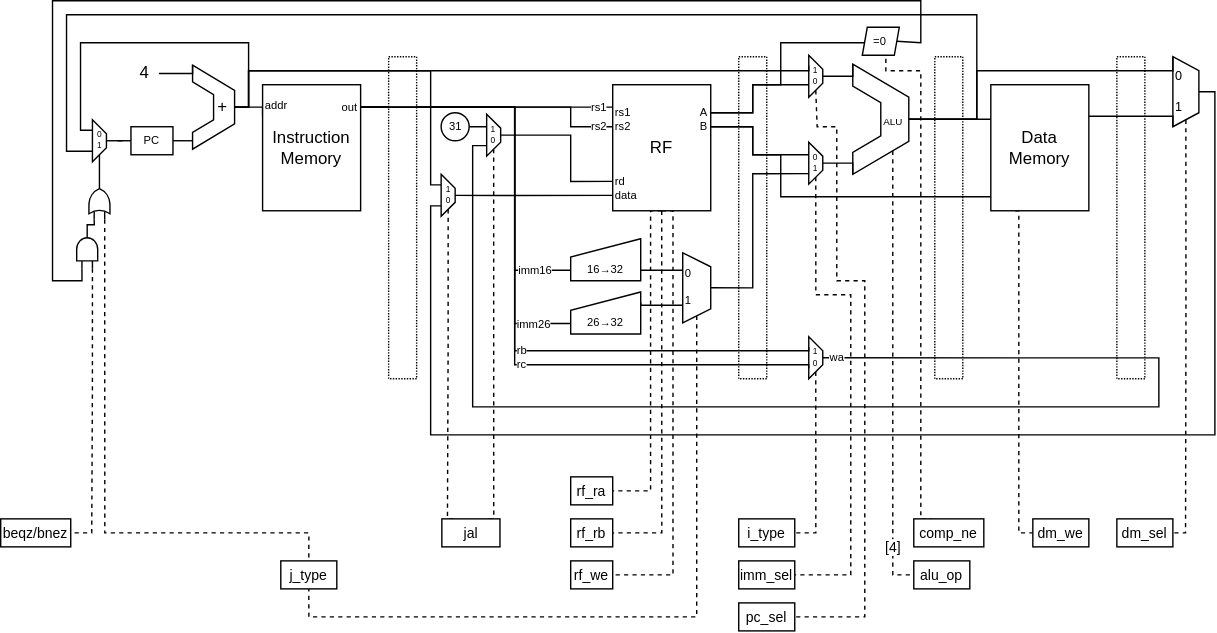
The draw.io diagram doc/datapath.svg in simoneruffini/MELA, before a commit. Source tidied: cells renumbered, new cells last; positions are measured from the earlier drawing's top-left corner, leaving out a move shared by most shapes.
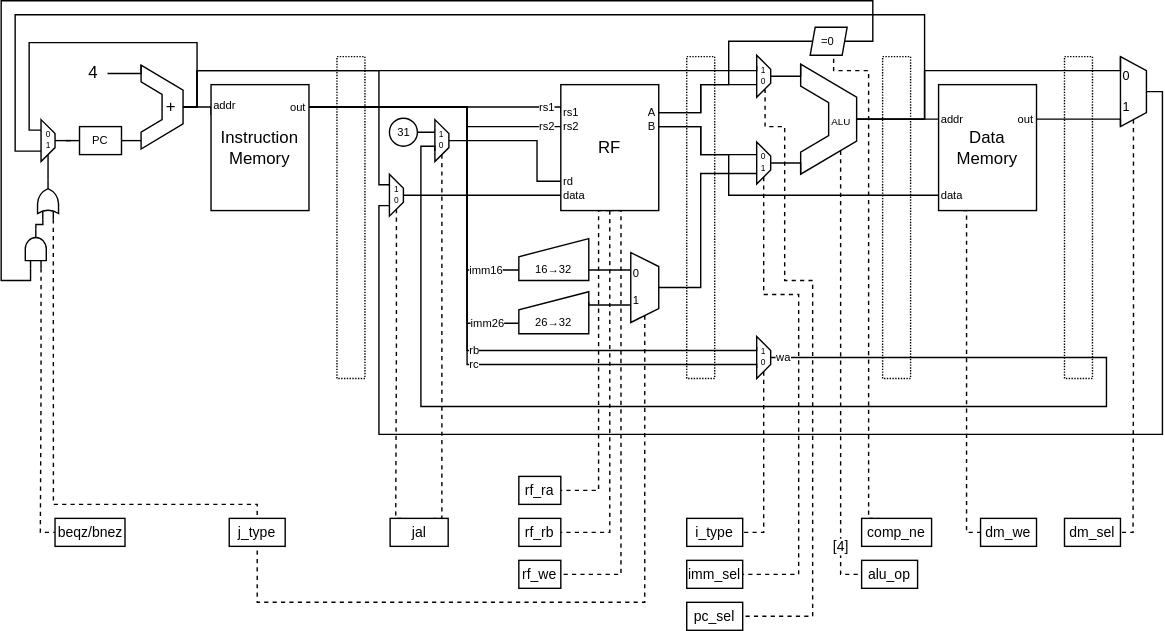
The same file after the commit.

Commit message:
doc: add labels to datapath units

The edit, as a diff of the source:
```diff
@@ -12,8 +12,8 @@
     <mxCell id="3" style="edgeStyle=orthogonalEdgeStyle;rounded=0;jettySize=auto;html=1;exitX=0;exitY=0.75;exitDx=0;exitDy=0;exitPerimeter=0;fontSize=9;startArrow=none;startFill=0;endArrow=none;endFill=0;dashed=1;entryX=0.5;entryY=0;entryDx=0;entryDy=0;" parent="1" edge="1" source="39" target="16">
       <mxGeometry relative="1" as="geometry">
         <Array as="points">
-          <mxPoint x="74" y="380" />
-          <mxPoint x="220" y="380" />
+          <mxPoint x="74" y="360" />
+          <mxPoint x="220" y="360" />
         </Array>
       </mxGeometry>
     </mxCell>
@@ -36,8 +36,8 @@
     <mxCell id="6" style="edgeStyle=orthogonalEdgeStyle;rounded=0;jettySize=auto;html=1;exitX=1;exitY=0.5;exitDx=0;exitDy=0;dashed=1;fontSize=9;startArrow=none;startFill=0;endArrow=none;endFill=0;entryX=0.5;entryY=1;entryDx=0;entryDy=0;" parent="1" edge="1" source="70" target="16">
       <mxGeometry relative="1" as="geometry">
         <Array as="points">
-          <mxPoint x="497" y="440" />
-          <mxPoint x="220" y="440" />
+          <mxPoint x="497" y="430" />
+          <mxPoint x="220" y="430" />
         </Array>
       </mxGeometry>
     </mxCell>
@@ -115,14 +115,15 @@
       </mxGeometry>
     </mxCell>
     <mxCell id="16" value="j_type" style="rounded=0;whiteSpace=wrap;html=1;shadow=0;sketch=0;fillStyle=solid;fontSize=10;strokeColor=default;fillColor=default;gradientColor=none;" parent="1" vertex="1">
-      <mxGeometry x="200" y="400" width="40" height="20" as="geometry" />
+      <mxGeometry x="200" y="370" width="40" height="20" as="geometry" />
     </mxCell>
     <mxCell id="17" value="beqz/bnez" style="rounded=0;whiteSpace=wrap;html=1;shadow=0;sketch=0;fillStyle=solid;fontSize=10;strokeColor=default;fillColor=default;gradientColor=none;" parent="1" vertex="1">
-      <mxGeometry y="370" width="50" height="20" as="geometry" />
+      <mxGeometry x="75.5" y="370" width="50" height="20" as="geometry" />
     </mxCell>
-    <mxCell id="18" style="edgeStyle=orthogonalEdgeStyle;rounded=0;jettySize=auto;html=1;exitX=0;exitY=0.75;exitDx=0;exitDy=0;exitPerimeter=0;entryX=1;entryY=0.5;entryDx=0;entryDy=0;dashed=1;labelBackgroundColor=default;fontSize=10;startArrow=none;startFill=0;endArrow=none;endFill=0;" parent="1" edge="1" source="41" target="17">
+    <mxCell id="18" style="edgeStyle=orthogonalEdgeStyle;rounded=0;jettySize=auto;html=1;exitX=0;exitY=0.75;exitDx=0;exitDy=0;exitPerimeter=0;entryX=0;entryY=0.5;entryDx=0;entryDy=0;dashed=1;labelBackgroundColor=default;fontSize=10;startArrow=none;startFill=0;endArrow=none;endFill=0;" parent="1" edge="1" source="41" target="17">
       <mxGeometry relative="1" as="geometry">
         <Array as="points">
+          <mxPoint x="65" y="278" />
           <mxPoint x="65" y="278" />
           <mxPoint x="65" y="380" />
         </Array>
@@ -232,22 +233,22 @@
     <mxCell id="46" value="rs2" style="edgeStyle=orthogonalEdgeStyle;rounded=0;jettySize=auto;html=1;fontSize=8;endArrow=none;endFill=0;entryX=0;entryY=0.5;entryDx=0;entryDy=0;exitX=1;exitY=0.5;exitDx=0;exitDy=0;" parent="30" edge="1" source="51" target="58">
       <mxGeometry x="0.9" relative="1" as="geometry">
         <Array as="points">
-          <mxPoint x="407" y="76" />
-          <mxPoint x="407" y="90" />
+          <mxPoint x="370" y="76" />
+          <mxPoint x="370" y="90" />
         </Array>
       </mxGeometry>
     </mxCell>
     <mxCell id="47" style="edgeStyle=orthogonalEdgeStyle;rounded=0;jettySize=auto;html=1;exitX=1;exitY=0.5;exitDx=0;exitDy=0;entryX=0;entryY=0.75;entryDx=0;entryDy=0;fontSize=6;endArrow=none;endFill=0;" parent="30" edge="1" source="51" target="65">
       <mxGeometry relative="1" as="geometry">
         <Array as="points">
-          <mxPoint x="367" y="76" />
-          <mxPoint x="367" y="193" />
+          <mxPoint x="370" y="76" />
+          <mxPoint x="370" y="192" />
         </Array>
       </mxGeometry>
     </mxCell>
     <mxCell id="48" value="imm16" style="edgeLabel;html=1;align=left;verticalAlign=middle;fontSize=8;" parent="47" vertex="1">
       <mxGeometry x="0.76" relative="1" as="geometry">
-        <mxPoint x="-7" as="offset" />
+        <mxPoint x="-5" as="offset" />
       </mxGeometry>
     </mxCell>
     <mxCell id="49" style="rounded=0;whiteSpace=wrap;html=1;dashed=1;dashPattern=1 1;" parent="30" vertex="1">
@@ -259,38 +260,23 @@
     <mxCell id="51" value="out" style="text;html=1;strokeColor=none;fillColor=none;align=right;verticalAlign=middle;whiteSpace=wrap;rounded=0;fontSize=8;" parent="30" vertex="1">
       <mxGeometry x="237" y="71" width="20" height="10" as="geometry" />
     </mxCell>
-    <mxCell id="52" value="RF" style="rounded=0;whiteSpace=wrap;html=1;" parent="30" vertex="1">
-      <mxGeometry x="437" y="60" width="70" height="90" as="geometry" />
-    </mxCell>
     <mxCell id="53" style="edgeStyle=orthogonalEdgeStyle;rounded=0;jettySize=auto;html=1;exitX=1;exitY=0.5;exitDx=0;exitDy=0;entryX=0.25;entryY=1;entryDx=0;entryDy=0;fontSize=6;endArrow=none;endFill=0;" parent="30" edge="1" source="54" target="56">
       <mxGeometry relative="1" as="geometry" />
     </mxCell>
     <mxCell id="54" value="31" style="ellipse;whiteSpace=wrap;html=1;fontSize=8;" parent="30" vertex="1">
-      <mxGeometry x="314.5" y="80" width="20" height="20" as="geometry" />
+      <mxGeometry x="314.5" y="84" width="20" height="20" as="geometry" />
     </mxCell>
     <mxCell id="55" style="edgeStyle=orthogonalEdgeStyle;rounded=0;jettySize=auto;html=1;exitX=0.5;exitY=0;exitDx=0;exitDy=0;entryX=0;entryY=0.5;entryDx=0;entryDy=0;fontSize=6;endArrow=none;endFill=0;" parent="30" edge="1" source="56" target="59">
       <mxGeometry relative="1" as="geometry">
         <Array as="points">
-          <mxPoint x="407" y="96" />
-          <mxPoint x="407" y="129" />
+          <mxPoint x="420" y="100" />
+          <mxPoint x="420" y="129" />
         </Array>
       </mxGeometry>
     </mxCell>
     <mxCell id="56" value="1&lt;br&gt;0" style="shape=trapezoid;perimeter=trapezoidPerimeter;whiteSpace=wrap;html=1;fixedSize=1;fontSize=6;rotation=0;size=10;textRotation=90;direction=south;" parent="30" vertex="1">
-      <mxGeometry x="347" y="81" width="10" height="30" as="geometry" />
+      <mxGeometry x="347" y="85" width="10" height="30" as="geometry" />
     </mxCell>
-    <mxCell id="57" value="rs1" style="text;html=1;strokeColor=none;fillColor=none;align=left;verticalAlign=middle;whiteSpace=wrap;rounded=0;fontSize=8;" parent="30" vertex="1">
-      <mxGeometry x="437" y="75" width="20" height="10" as="geometry" />
-    </mxCell>
-    <mxCell id="58" value="rs2" style="text;html=1;strokeColor=none;fillColor=none;align=left;verticalAlign=middle;whiteSpace=wrap;rounded=0;fontSize=8;" parent="30" vertex="1">
-      <mxGeometry x="437" y="85" width="20" height="10" as="geometry" />
-    </mxCell>
-    <mxCell id="59" value="rd" style="text;html=1;strokeColor=none;fillColor=none;align=left;verticalAlign=middle;whiteSpace=wrap;rounded=0;fontSize=8;" parent="30" vertex="1">
-      <mxGeometry x="437" y="124" width="30" height="10" as="geometry" />
-    </mxCell>
-    <mxCell id="60" value="data" style="text;html=1;strokeColor=none;fillColor=none;align=left;verticalAlign=middle;whiteSpace=wrap;rounded=0;fontSize=8;" parent="30" vertex="1">
-      <mxGeometry x="437" y="134" width="30" height="10" as="geometry" />
-    </mxCell>
     <mxCell id="61" style="edgeStyle=orthogonalEdgeStyle;rounded=0;jettySize=auto;html=1;exitX=0.5;exitY=0;exitDx=0;exitDy=0;entryX=0;entryY=0.5;entryDx=0;entryDy=0;fontSize=6;endArrow=none;endFill=0;" parent="30" edge="1" source="63" target="60">
       <mxGeometry relative="1" as="geometry">
         <Array as="points">
@@ -324,15 +310,13 @@
     <mxCell id="67" style="edgeStyle=orthogonalEdgeStyle;rounded=0;jettySize=auto;html=1;exitX=1;exitY=0.5;exitDx=0;exitDy=0;entryX=0;entryY=0.75;entryDx=0;entryDy=0;fontSize=6;endArrow=none;endFill=0;" parent="30" edge="1" source="51" target="66">
       <mxGeometry relative="1" as="geometry">
         <Array as="points">
-          <mxPoint x="367" y="76" />
-          <mxPoint x="367" y="230" />
+          <mxPoint x="370" y="76" />
+          <mxPoint x="370" y="230" />
         </Array>
       </mxGeometry>
     </mxCell>
     <mxCell id="68" value="imm26" style="edgeLabel;html=1;align=left;verticalAlign=middle;fontSize=8;" parent="67" vertex="1">
-      <mxGeometry x="0.76" relative="1" as="geometry">
-        <mxPoint x="-3" as="offset" />
-      </mxGeometry>
+      <mxGeometry x="0.76" relative="1" as="geometry" />
     </mxCell>
     <mxCell id="69" style="edgeStyle=orthogonalEdgeStyle;rounded=0;jettySize=auto;html=1;exitX=0.75;exitY=1;exitDx=0;exitDy=0;entryX=1;entryY=0.25;entryDx=0;entryDy=0;fontSize=6;endArrow=none;endFill=0;" parent="30" edge="1" source="70" target="66">
       <mxGeometry relative="1" as="geometry" />
@@ -358,14 +342,10 @@
           <mxPoint x="537" y="80" />
           <mxPoint x="537" y="60" />
           <mxPoint x="557" y="60" />
-          <mxPoint x="557" y="30" />
-          <mxPoint x="617" y="30" />
+          <mxPoint x="557" y="29" />
         </Array>
       </mxGeometry>
     </mxCell>
-    <mxCell id="74" value="A" style="text;html=1;strokeColor=none;fillColor=none;align=right;verticalAlign=middle;whiteSpace=wrap;rounded=0;fontSize=8;" parent="30" vertex="1">
-      <mxGeometry x="487" y="75" width="20" height="10" as="geometry" />
-    </mxCell>
     <mxCell id="75" style="edgeStyle=orthogonalEdgeStyle;rounded=0;jettySize=auto;html=1;exitX=1;exitY=0.5;exitDx=0;exitDy=0;entryX=0.25;entryY=1;entryDx=0;entryDy=0;fontSize=8;endArrow=none;endFill=0;" parent="30" edge="1" source="76" target="86">
       <mxGeometry relative="1" as="geometry">
         <Array as="points">
@@ -375,34 +355,31 @@
         </Array>
       </mxGeometry>
     </mxCell>
-    <mxCell id="76" value="B" style="text;html=1;strokeColor=none;fillColor=none;align=right;verticalAlign=middle;whiteSpace=wrap;rounded=0;fontSize=8;" parent="30" vertex="1">
-      <mxGeometry x="487" y="85" width="20" height="10" as="geometry" />
-    </mxCell>
     <mxCell id="77" value="1&lt;br&gt;0" style="shape=trapezoid;perimeter=trapezoidPerimeter;whiteSpace=wrap;html=1;fixedSize=1;fontSize=6;rotation=0;size=10;textRotation=90;direction=south;" parent="30" vertex="1">
       <mxGeometry x="577" y="240" width="10" height="30" as="geometry" />
     </mxCell>
     <mxCell id="78" value="rb" style="edgeStyle=orthogonalEdgeStyle;rounded=0;jettySize=auto;html=1;exitX=1;exitY=0.5;exitDx=0;exitDy=0;fontSize=8;endArrow=none;endFill=0;entryX=0.25;entryY=1;entryDx=0;entryDy=0;align=left;" parent="30" edge="1" source="51" target="77">
-      <mxGeometry x="0.14" relative="1" as="geometry">
+      <mxGeometry x="0.16" relative="1" as="geometry">
         <Array as="points">
-          <mxPoint x="367" y="76" />
-          <mxPoint x="367" y="250" />
+          <mxPoint x="370" y="76" />
+          <mxPoint x="370" y="250" />
           <mxPoint x="577" y="250" />
         </Array>
       </mxGeometry>
     </mxCell>
     <mxCell id="79" value="rc" style="edgeStyle=orthogonalEdgeStyle;rounded=0;jettySize=auto;html=1;exitX=1;exitY=0.5;exitDx=0;exitDy=0;entryX=0.75;entryY=1;entryDx=0;entryDy=0;fontSize=8;endArrow=none;endFill=0;align=left;" parent="30" edge="1" source="51" target="77">
-      <mxGeometry x="0.16" relative="1" as="geometry">
+      <mxGeometry x="0.17" relative="1" as="geometry">
         <Array as="points">
-          <mxPoint x="367" y="76" />
-          <mxPoint x="367" y="260" />
+          <mxPoint x="370" y="76" />
+          <mxPoint x="370" y="260" />
           <mxPoint x="577" y="260" />
         </Array>
       </mxGeometry>
     </mxCell>
-    <mxCell id="80" style="edgeStyle=orthogonalEdgeStyle;rounded=0;jettySize=auto;html=1;exitX=1;exitY=0.5;exitDx=0;exitDy=0;entryX=0;entryY=0.25;entryDx=0;entryDy=0;fontSize=8;endArrow=none;endFill=0;" parent="30" edge="1" source="82" target="91">
+    <mxCell id="80" style="edgeStyle=orthogonalEdgeStyle;rounded=0;jettySize=auto;html=1;exitX=1;exitY=0.5;exitDx=0;exitDy=0;entryX=0;entryY=0.5;entryDx=0;entryDy=0;fontSize=8;endArrow=none;endFill=0;" parent="30" edge="1" source="82" target="102">
       <mxGeometry relative="1" as="geometry">
         <Array as="points">
-          <mxPoint x="747" y="85" />
+          <mxPoint x="707" y="85" />
         </Array>
       </mxGeometry>
     </mxCell>
@@ -439,12 +416,11 @@
         </Array>
       </mxGeometry>
     </mxCell>
-    <mxCell id="88" style="edgeStyle=orthogonalEdgeStyle;rounded=0;jettySize=auto;html=1;exitX=1;exitY=0.5;exitDx=0;exitDy=0;fontSize=8;startArrow=none;startFill=0;endArrow=none;endFill=0;entryX=0;entryY=0.25;entryDx=0;entryDy=0;entryPerimeter=0;" parent="30" edge="1" source="89" target="41">
+    <mxCell id="88" style="edgeStyle=orthogonalEdgeStyle;rounded=0;jettySize=auto;html=1;fontSize=8;startArrow=none;startFill=0;endArrow=none;endFill=0;entryX=0;entryY=0.25;entryDx=0;entryDy=0;entryPerimeter=0;exitX=1;exitY=0.5;exitDx=0;exitDy=0;" parent="30" edge="1" source="89" target="41">
       <mxGeometry relative="1" as="geometry">
         <Array as="points">
-          <mxPoint x="640" y="30" />
-          <mxPoint x="657" y="30" />
-          <mxPoint x="657" />
+          <mxPoint x="660" y="29" />
+          <mxPoint x="660" />
           <mxPoint x="37" />
           <mxPoint x="37" y="200" />
           <mxPoint x="58" y="200" />
@@ -454,20 +430,16 @@
     <mxCell id="89" value="=0" style="shape=parallelogram;perimeter=parallelogramPerimeter;whiteSpace=wrap;html=1;fixedSize=1;rounded=0;shadow=0;sketch=0;fontSize=8;size=3.5700000000001637;" parent="30" vertex="1">
       <mxGeometry x="615.2" y="19" width="26.4" height="20" as="geometry" />
     </mxCell>
-    <mxCell id="90" style="edgeStyle=orthogonalEdgeStyle;rounded=0;jettySize=auto;html=1;fontSize=8;endArrow=none;endFill=0;exitX=0;exitY=0.75;exitDx=0;exitDy=0;startArrow=none;startFill=0;entryX=1;entryY=0.5;entryDx=0;entryDy=0;" parent="30" edge="1" source="91" target="76">
+    <mxCell id="90" style="edgeStyle=orthogonalEdgeStyle;rounded=0;jettySize=auto;html=1;fontSize=8;endArrow=none;endFill=0;exitX=0;exitY=0.5;exitDx=0;exitDy=0;startArrow=none;startFill=0;entryX=1;entryY=0.5;entryDx=0;entryDy=0;" parent="30" edge="1" source="103" target="76">
       <mxGeometry relative="1" as="geometry">
         <Array as="points">
-          <mxPoint x="747" y="140" />
-          <mxPoint x="557" y="140" />
+          <mxPoint x="557" y="139" />
           <mxPoint x="557" y="110" />
           <mxPoint x="537" y="110" />
           <mxPoint x="537" y="90" />
         </Array>
       </mxGeometry>
     </mxCell>
-    <mxCell id="91" value="Data&lt;br&gt;Memory" style="rounded=0;whiteSpace=wrap;html=1;" parent="30" vertex="1">
-      <mxGeometry x="707" y="60" width="70" height="90" as="geometry" />
-    </mxCell>
     <mxCell id="92" style="rounded=0;whiteSpace=wrap;html=1;dashed=1;dashPattern=1 1;" parent="30" vertex="1">
       <mxGeometry x="797" y="40" width="20" height="230" as="geometry" />
     </mxCell>
@@ -484,10 +456,10 @@
     <mxCell id="94" value="0&lt;br&gt;&lt;br&gt;1" style="shape=trapezoid;perimeter=trapezoidPerimeter;whiteSpace=wrap;html=1;fixedSize=1;fontSize=9;rotation=0;size=10;textRotation=90;direction=south;align=left;" parent="30" vertex="1">
       <mxGeometry x="837" y="40" width="18.6" height="50" as="geometry" />
     </mxCell>
-    <mxCell id="95" style="edgeStyle=orthogonalEdgeStyle;rounded=0;jettySize=auto;html=1;exitX=1;exitY=0.25;exitDx=0;exitDy=0;fontSize=8;startArrow=none;startFill=0;endArrow=none;endFill=0;entryX=1;entryY=1;entryDx=0;entryDy=0;" parent="30" edge="1" source="91" target="94">
+    <mxCell id="95" style="edgeStyle=orthogonalEdgeStyle;rounded=0;jettySize=auto;html=1;exitX=1;exitY=0.5;exitDx=0;exitDy=0;fontSize=8;startArrow=none;startFill=0;endArrow=none;endFill=0;entryX=1;entryY=1;entryDx=0;entryDy=0;" parent="30" edge="1" source="104" target="94">
       <mxGeometry relative="1" as="geometry">
         <Array as="points">
-          <mxPoint x="837" y="83" />
+          <mxPoint x="837" y="85" />
         </Array>
       </mxGeometry>
     </mxCell>
@@ -527,5 +499,44 @@
     <mxCell id="100" value="0&lt;br&gt;1" style="shape=trapezoid;perimeter=trapezoidPerimeter;whiteSpace=wrap;html=1;fixedSize=1;fontSize=6;rotation=0;size=10;textRotation=90;direction=south;" parent="30" vertex="1">
       <mxGeometry x="65.5" y="85" width="10" height="30" as="geometry" />
     </mxCell>
+    <mxCell id="101" style="group;" parent="30" vertex="1">
+      <mxGeometry x="707" y="60" width="70" height="90" as="geometry" />
+    </mxCell>
+    <mxCell id="91" value="Data&lt;br&gt;Memory" style="rounded=0;whiteSpace=wrap;html=1;" parent="101" vertex="1">
+      <mxGeometry width="70" height="90" as="geometry" />
+    </mxCell>
+    <mxCell id="102" value="addr" style="text;html=1;strokeColor=none;fillColor=none;align=left;verticalAlign=middle;whiteSpace=wrap;rounded=0;fontSize=8;" parent="101" vertex="1">
+      <mxGeometry y="19.7" width="30" height="10" as="geometry" />
+    </mxCell>
+    <mxCell id="103" value="data" style="text;html=1;strokeColor=none;fillColor=none;align=left;verticalAlign=middle;whiteSpace=wrap;rounded=0;fontSize=8;" parent="101" vertex="1">
+      <mxGeometry y="74" width="30" height="10" as="geometry" />
+    </mxCell>
+    <mxCell id="104" value="out" style="text;html=1;strokeColor=none;fillColor=none;align=right;verticalAlign=middle;whiteSpace=wrap;rounded=0;fontSize=8;" parent="101" vertex="1">
+      <mxGeometry x="40" y="19.7" width="30" height="10" as="geometry" />
+    </mxCell>
+    <mxCell id="105" style="group;" parent="30" vertex="1">
+      <mxGeometry x="437" y="60" width="70" height="90" as="geometry" />
+    </mxCell>
+    <mxCell id="52" value="RF" style="rounded=0;whiteSpace=wrap;html=1;" parent="105" vertex="1">
+      <mxGeometry width="70" height="90" as="geometry" />
+    </mxCell>
+    <mxCell id="57" value="rs1" style="text;html=1;strokeColor=none;fillColor=none;align=left;verticalAlign=middle;whiteSpace=wrap;rounded=0;fontSize=8;" parent="105" vertex="1">
+      <mxGeometry y="15" width="20" height="10" as="geometry" />
+    </mxCell>
+    <mxCell id="58" value="rs2" style="text;html=1;strokeColor=none;fillColor=none;align=left;verticalAlign=middle;whiteSpace=wrap;rounded=0;fontSize=8;" parent="105" vertex="1">
+      <mxGeometry y="25" width="20" height="10" as="geometry" />
+    </mxCell>
+    <mxCell id="59" value="rd" style="text;html=1;strokeColor=none;fillColor=none;align=left;verticalAlign=middle;whiteSpace=wrap;rounded=0;fontSize=8;" parent="105" vertex="1">
+      <mxGeometry y="64" width="30" height="10" as="geometry" />
+    </mxCell>
+    <mxCell id="60" value="data" style="text;html=1;strokeColor=none;fillColor=none;align=left;verticalAlign=middle;whiteSpace=wrap;rounded=0;fontSize=8;" parent="105" vertex="1">
+      <mxGeometry y="74" width="30" height="10" as="geometry" />
+    </mxCell>
+    <mxCell id="74" value="A" style="text;html=1;strokeColor=none;fillColor=none;align=right;verticalAlign=middle;whiteSpace=wrap;rounded=0;fontSize=8;" parent="105" vertex="1">
+      <mxGeometry x="50" y="15" width="20" height="10" as="geometry" />
+    </mxCell>
+    <mxCell id="76" value="B" style="text;html=1;strokeColor=none;fillColor=none;align=right;verticalAlign=middle;whiteSpace=wrap;rounded=0;fontSize=8;" parent="105" vertex="1">
+      <mxGeometry x="50" y="25" width="20" height="10" as="geometry" />
+    </mxCell>
   </root>
 </mxGraphModel>
```
